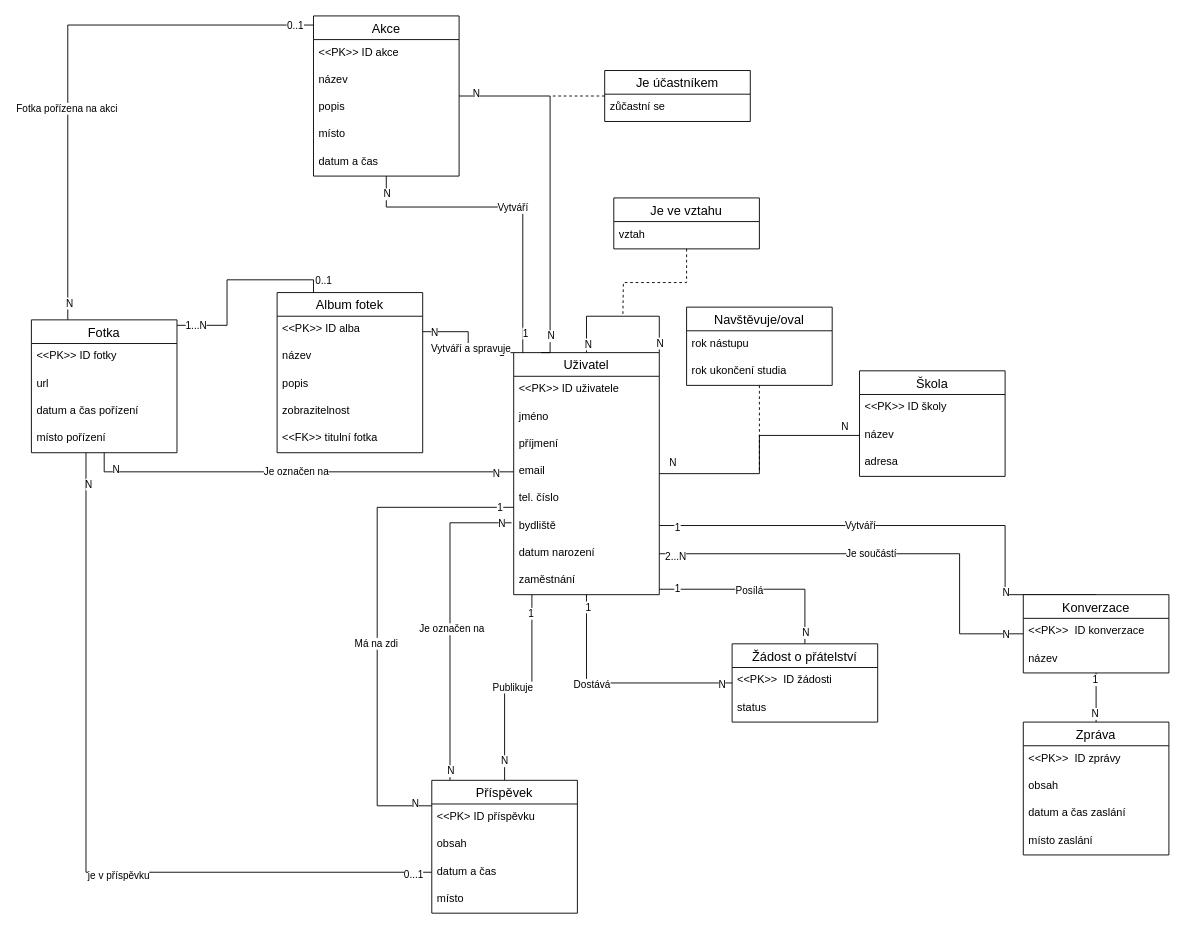
The draw.io diagram ER.drawio in JakubBlaha/projekt-IUS, before the edit. Source tidied: cells renumbered, new cells numbered last; positions are measured from the earlier drawing's top-left corner, leaving out a move shared by most shapes. Both pictures are drawn from the tidied source at 91%, with x=0, y=0 at pixel (31, 15).
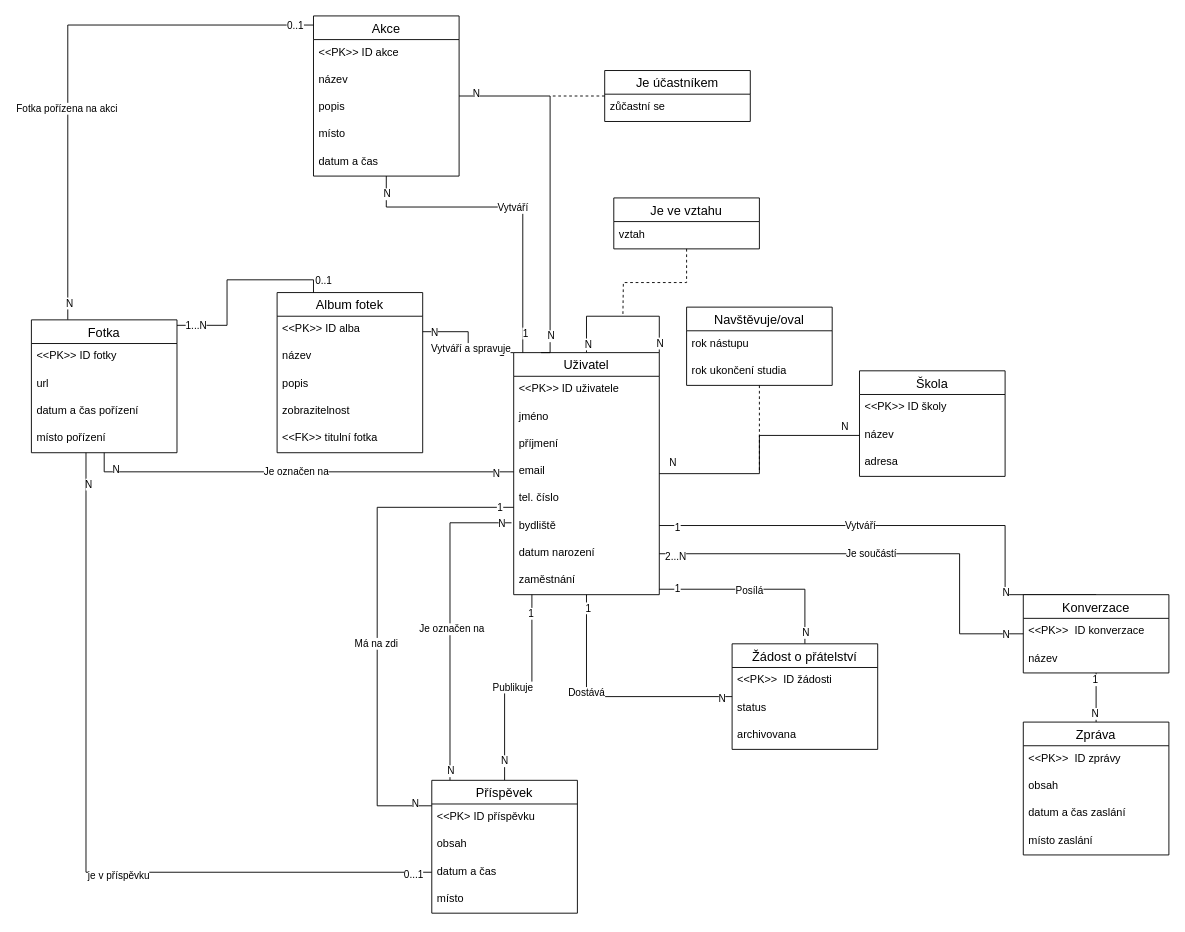
Above is the later version.

Diff of the diagram source:
```diff
@@
     <mxCell id="29" value="Žádost o přátelství" style="swimlane;fontStyle=0;horizontal=1;startSize=26;align=center;fontSize=14;" parent="1" vertex="1">
-      <mxGeometry x="770" y="690" width="160" height="86" as="geometry" />
+      <mxGeometry x="770" y="690" width="160" height="116" as="geometry" />
     </mxCell>
@@
+    <mxCell id="122" value="archivovana" style="text;strokeColor=none;fillColor=none;spacingLeft=4;spacingRight=4;overflow=hidden;fontSize=12;" parent="29" vertex="1">
+      <mxGeometry y="86" width="160" height="30" as="geometry" />
+    </mxCell>
```
